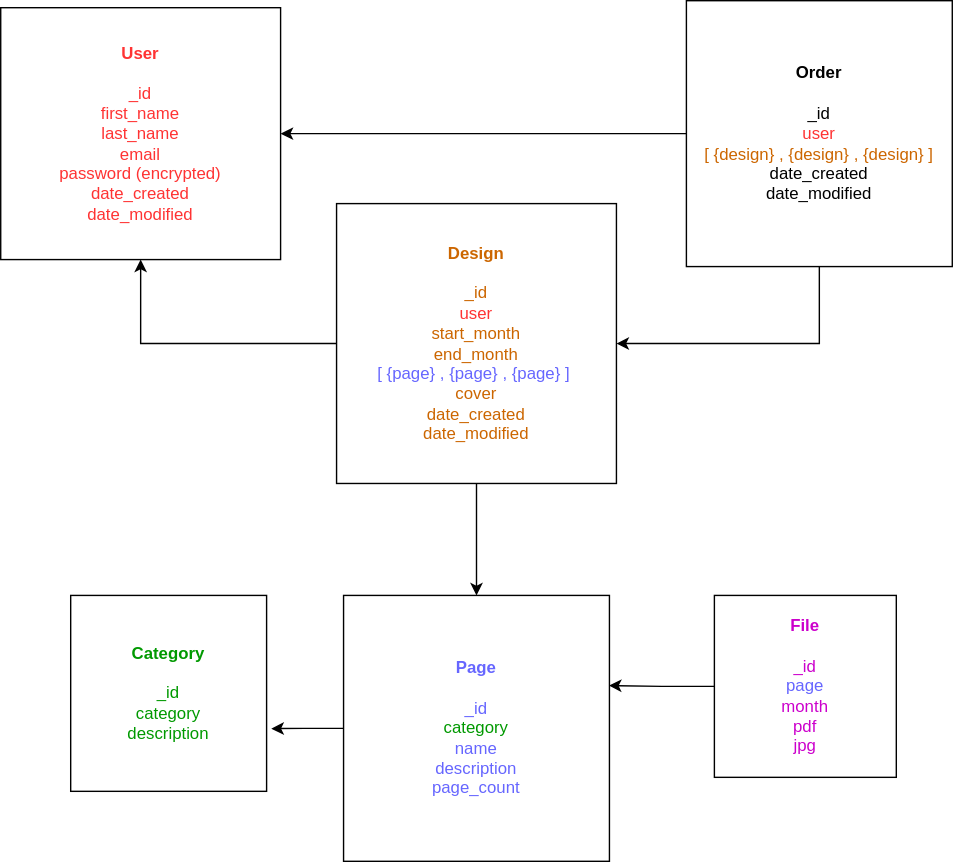
Before: assets/database-diagram.drawio.svg, a diagram exported from draw.io (katyjmt/ps-lite). Source tidied: cells renumbered, new cells last; positions are measured from the earlier drawing's top-left corner, leaving out a move shared by most shapes.
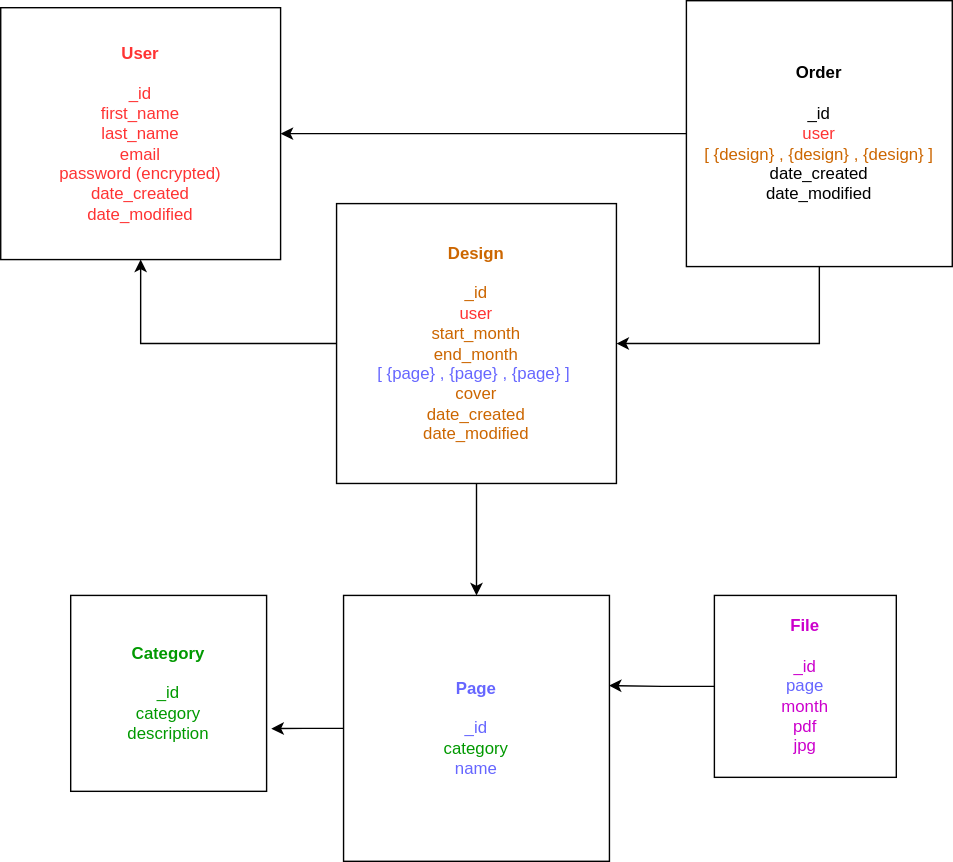
The same file after the commit.

The edit, as a diff of the source:
```diff
@@ -26,7 +26,7 @@
     <mxCell id="9" style="edgeStyle=orthogonalEdgeStyle;rounded=0;jettySize=auto;html=1;entryX=1.024;entryY=0.68;entryDx=0;entryDy=0;entryPerimeter=0;" parent="1" edge="1" source="10" target="11">
       <mxGeometry relative="1" as="geometry" />
     </mxCell>
-    <mxCell id="10" value="&lt;b style=&quot;color: rgb(102, 102, 255);&quot;&gt;Page&lt;br&gt;&lt;/b&gt;&lt;br&gt;&lt;font color=&quot;#6666ff&quot;&gt;_id&lt;/font&gt;&lt;br&gt;&lt;font color=&quot;#009900&quot;&gt;category&lt;br&gt;&lt;/font&gt;&lt;font color=&quot;#6666ff&quot;&gt;name&lt;/font&gt;&lt;br&gt;&lt;font color=&quot;#6666ff&quot;&gt;description&lt;/font&gt;&lt;br&gt;&lt;font color=&quot;#6666ff&quot;&gt;page_count&lt;br&gt;&lt;/font&gt;" style="whiteSpace=wrap;html=1;" parent="1" vertex="1">
+    <mxCell id="10" value="&lt;b style=&quot;color: rgb(102, 102, 255);&quot;&gt;Page&lt;br&gt;&lt;/b&gt;&lt;br&gt;&lt;font color=&quot;#6666ff&quot;&gt;_id&lt;/font&gt;&lt;br&gt;&lt;font color=&quot;#009900&quot;&gt;category&lt;br&gt;&lt;/font&gt;&lt;font color=&quot;#6666ff&quot;&gt;name&lt;/font&gt;&lt;font color=&quot;#6666ff&quot;&gt;&lt;br&gt;&lt;/font&gt;" style="whiteSpace=wrap;html=1;" parent="1" vertex="1">
       <mxGeometry x="245" y="425" width="190" height="190" as="geometry" />
     </mxCell>
     <mxCell id="11" value="&lt;font color=&quot;#009900&quot;&gt;&lt;b&gt;Category&lt;br&gt;&lt;/b&gt;&lt;br&gt;_id&lt;br&gt;category&lt;br&gt;description&lt;/font&gt;" style="whiteSpace=wrap;html=1;" parent="1" vertex="1">
```
